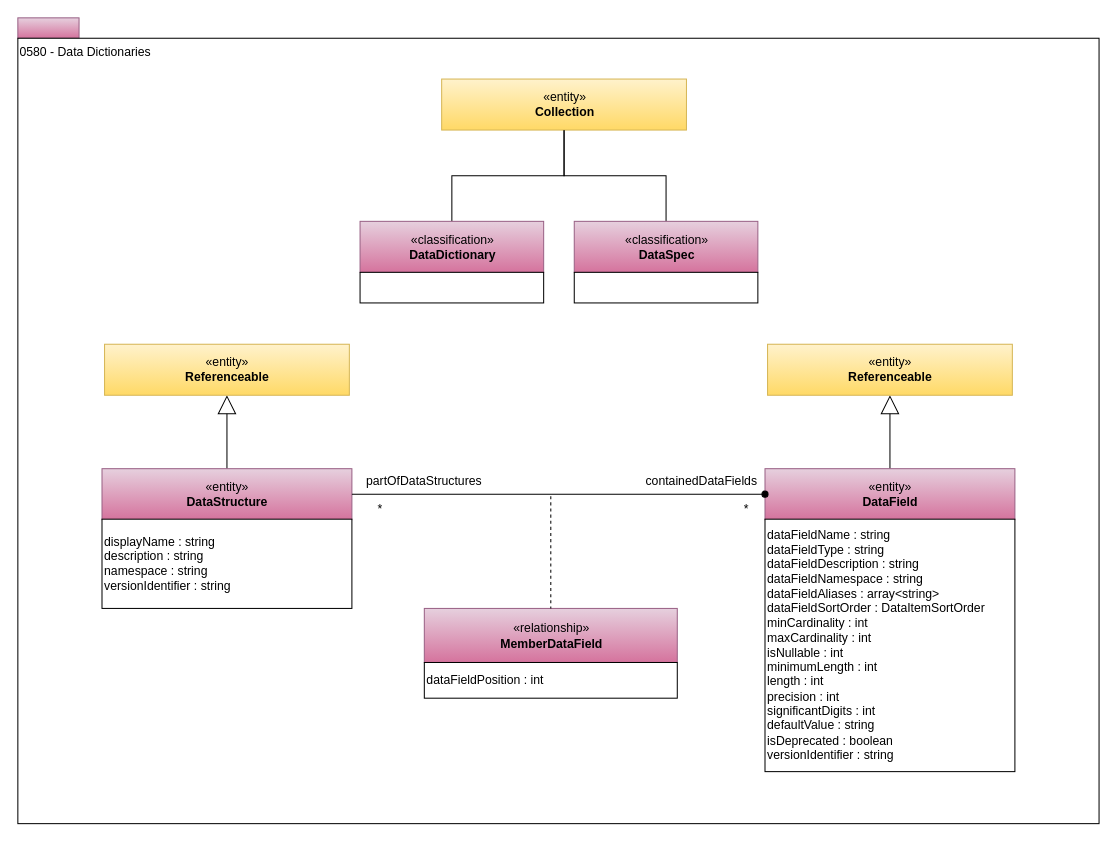
The draw.io diagram page "0580-Data-Dictionaries" (34 of 36) of site/docs/types/5/area-5-models-and-schema.drawio in odpi/egeria-docs, before the edit. Source tidied: cells renumbered, new cells numbered last; positions are measured from the earlier drawing's top-left corner, leaving out a move shared by most shapes. Both pictures are drawn from the tidied source at 102%, with x=0, y=0 at pixel (17, 17).
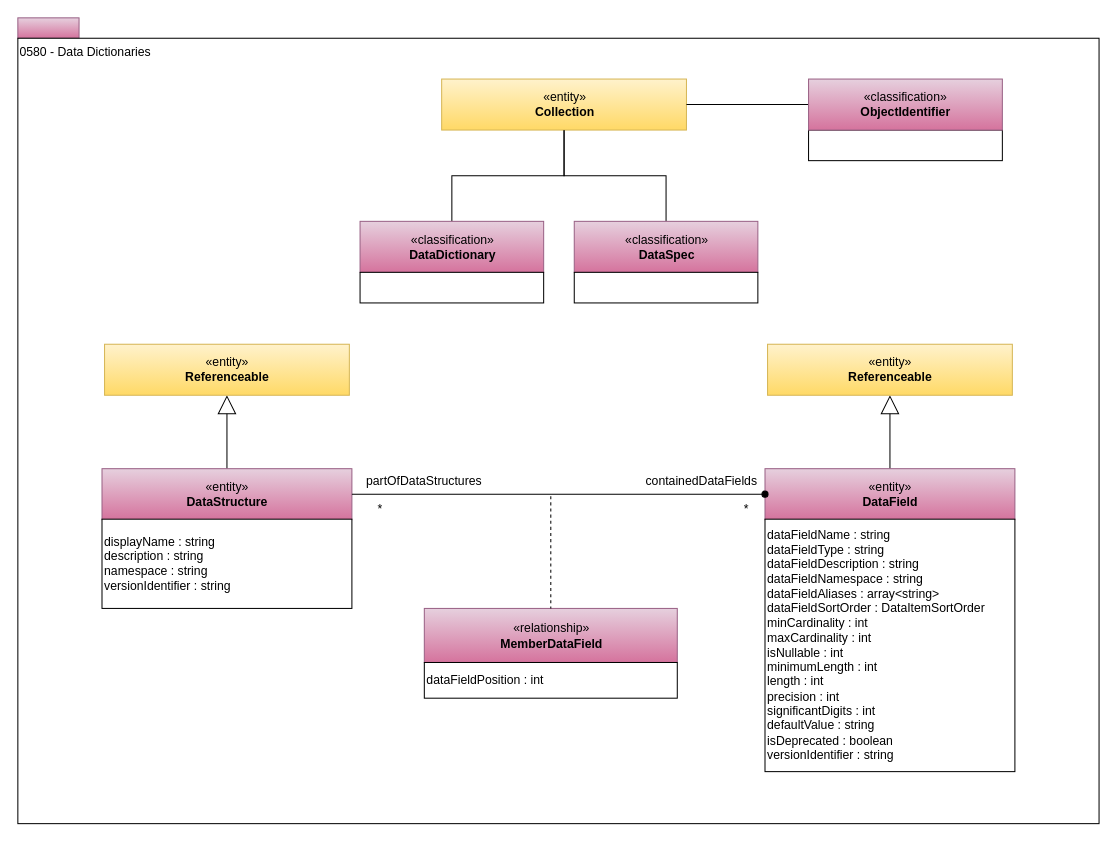
The same diagram, later.

The change refers to these unchanged cells:
```xml
<mxCell id="9" value="«entity»&lt;br&gt;&lt;b&gt;Collection&lt;/b&gt;" style="html=1;strokeColor=#d6b656;align=center;fillColor=#fff2cc;gradientColor=#ffd966;" parent="1" vertex="1">
  <mxGeometry x="415.5" y="60" width="240" height="50" as="geometry" />
</mxCell>
```

What changed in the source:
```diff
@@
+    <mxCell id="27" value="&lt;br&gt;&lt;div style=&quot;text-align: left&quot;&gt;&lt;/div&gt;" style="rounded=0;whiteSpace=wrap;html=1;strokeColor=#000000;gradientColor=#ffffff;align=left;" parent="1" vertex="1">
+      <mxGeometry x="775.2" y="110" width="190" height="30" as="geometry" />
+    </mxCell>
+    <mxCell id="28" style="rounded=0;jettySize=auto;html=1;endArrow=none;endFill=0;entryX=1;entryY=0.5;entryDx=0;entryDy=0;exitX=0;exitY=0.5;exitDx=0;exitDy=0;" parent="1" edge="1" source="29" target="9">
+      <mxGeometry relative="1" as="geometry" />
+    </mxCell>
+    <mxCell id="29" value="«classification»&lt;br&gt;&lt;b&gt;ObjectIdentifier&lt;/b&gt;" style="html=1;strokeColor=#996185;align=center;fillColor=#e6d0de;gradientColor=#d5739d;" parent="1" vertex="1">
+      <mxGeometry x="775.2" y="60" width="190" height="50" as="geometry" />
+    </mxCell>
```
